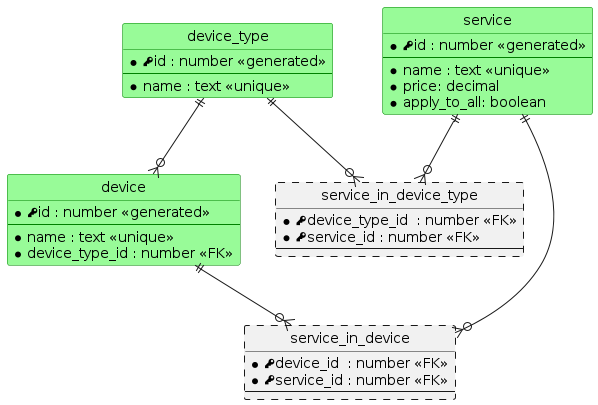
Before: doc/img/entity-relationship-diagram.png, a diagram exported from PlantUML (yferras/backend-interview-project-app).
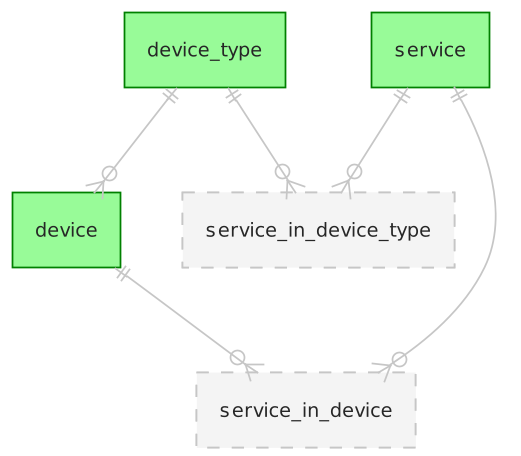
After the change.

The edit, as a diff of the source:
```diff
@@ -1,5 +1,7 @@
 @startuml
-
+scale 1.75
+!theme carbon-gray
+skinparam backgroundcolor transparent
 hide circle
 
 entity device_type #palegreen ##green {
@@ -13,6 +15,7 @@
         --
         * name : text <<unique>>
         * device_type_id : number <<FK>>
+        * user_id : number
 }
 
 entity service #palegreen ##green {
@@ -41,5 +44,6 @@
 service ||--o{ service_in_device
 device ||--o{ service_in_device
 
+hide members
 
 @enduml
```
